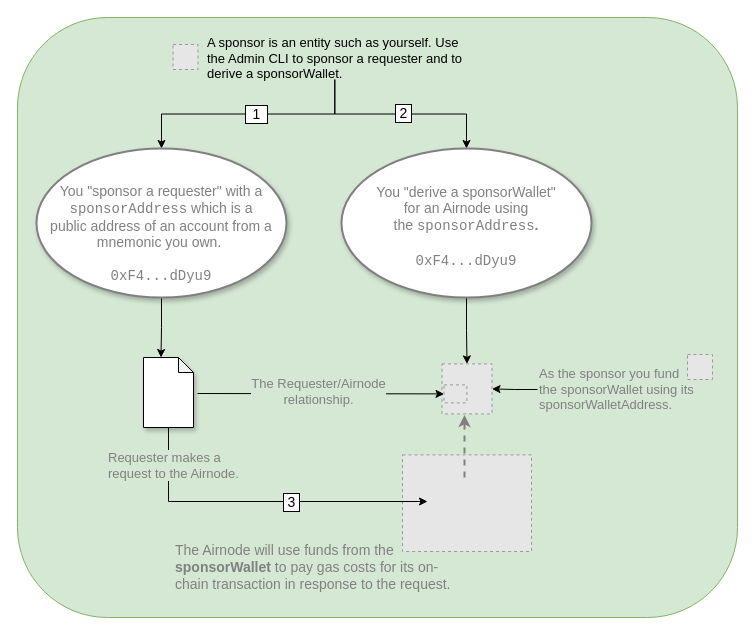
The draw.io diagram docs/reference/airnode/latest/assets/diagrams/sponsor-overview.drawio in api3dao/vitepress-docs, before the edit. Source tidied: cells renumbered, new cells numbered last; positions are measured from the earlier drawing's top-left corner, leaving out a move shared by most shapes. Both pictures are drawn from the tidied source at 100%, with x=0, y=0 at pixel (17, 17). Pictures stored in the file or linked from it are replaced by grey dashed boxes.
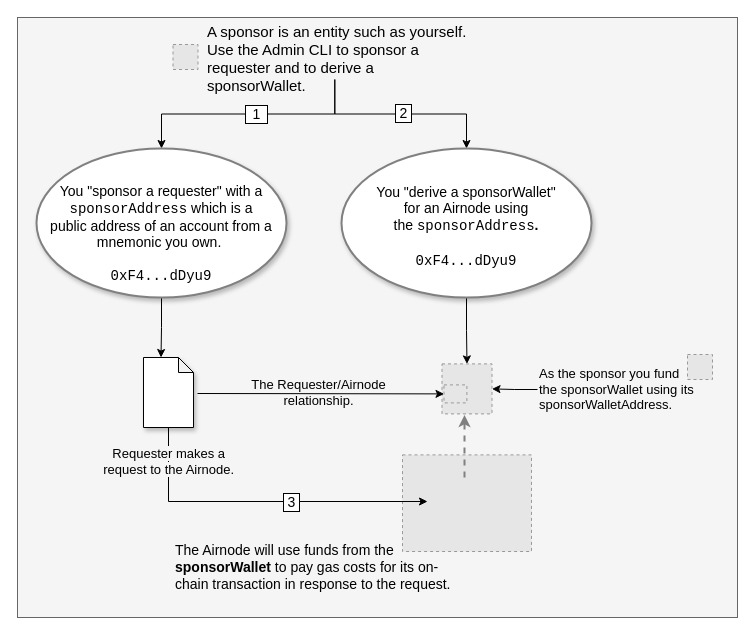
Above is the later version.

The change refers to these unchanged cells:
```xml
<mxCell id="18" style="endArrow=classic;html=1;entryX=0;entryY=0.5;entryDx=0;entryDy=0;" parent="1" edge="1" target="12">
  <mxGeometry relative="1" as="geometry">
    <mxPoint x="180" y="376" as="sourcePoint" />
  </mxGeometry>
</mxCell>
<mxCell id="24" style="edgeStyle=orthogonalEdgeStyle;rounded=0;jettySize=auto;html=1;exitX=0.5;exitY=1;exitDx=0;exitDy=0;exitPerimeter=0;" parent="1" edge="1" source="23">
  <mxGeometry relative="1" as="geometry">
    <mxPoint x="410" y="484" as="targetPoint" />
    <Array as="points">
      <mxPoint x="151" y="484.4" />
    </Array>
  </mxGeometry>
</mxCell>
```

Change to the diagram source:
```diff
@@
-    <mxCell id="2" style="rounded=1;whiteSpace=wrap;html=1;fillColor=#d5e8d4;strokeColor=#82b366;" parent="1" vertex="1">
+    <mxCell id="2" style="rounded=0;whiteSpace=wrap;html=1;fillColor=#f5f5f5;strokeColor=#666666;fontColor=#333333;" parent="1" vertex="1">
       <mxGeometry width="720" height="600" as="geometry" />
     </mxCell>
@@
-    <mxCell id="7" value="&lt;font style=&quot;font-size: 13px;&quot;&gt;A sponsor is an entity such as yourself. Use the Admin CLI to sponsor a requester and to derive a sponsorWallet.&lt;br style=&quot;font-size: 13px;&quot;&gt;&lt;/font&gt;" style="text;html=1;strokeColor=none;fillColor=none;align=left;verticalAlign=middle;whiteSpace=wrap;rounded=0;spacingLeft=7;spacingRight=3;labelBorderColor=none;fontSize=13;" parent="1" vertex="1">
+    <mxCell id="7" value="&lt;font style=&quot;&quot;&gt;&lt;font style=&quot;font-size: 15px;&quot;&gt;A sponsor is an entity such as yourself. Use the Admin CLI to sponsor a requester and to derive a sponsorWallet.&lt;/font&gt;&lt;br style=&quot;font-size: 13px;&quot;&gt;&lt;/font&gt;" style="text;html=1;strokeColor=none;fillColor=none;align=left;verticalAlign=middle;whiteSpace=wrap;rounded=0;spacingLeft=7;spacingRight=3;labelBorderColor=none;fontSize=13;" parent="1" vertex="1">
       <mxGeometry x="180.5" y="19" width="273.5" height="43" as="geometry" />
     </mxCell>
@@
-    <mxCell id="9" value="&lt;font color=&quot;#808080&quot; style=&quot;font-size: 14px&quot;&gt;&lt;br&gt;You &quot;derive a &lt;span style=&quot;font-size: 14px&quot;&gt;sponsorWallet&quot;&lt;br style=&quot;font-size: 14px&quot;&gt;&lt;/span&gt;for an Airnode using the&amp;nbsp;&lt;span style=&quot;font-size: 14px&quot;&gt;&lt;font face=&quot;Courier New&quot;&gt;sponsorAddress&lt;/font&gt;&lt;/span&gt;&lt;b style=&quot;font-size: 14px&quot;&gt;.&lt;br&gt;&lt;/b&gt;&amp;nbsp;&lt;br style=&quot;font-size: 14px&quot;&gt;&lt;font face=&quot;Courier New&quot; style=&quot;font-size: 14px&quot;&gt;0xF4...dDyu9&lt;/font&gt;&lt;br style=&quot;font-size: 14px&quot;&gt;&lt;br style=&quot;font-size: 14px&quot;&gt;&lt;/font&gt;" style="strokeWidth=2;html=1;shape=mxgraph.flowchart.start_1;whiteSpace=wrap;shadow=1;strokeColor=#808080;spacingLeft=10;spacingRight=10;spacingTop=7;fontSize=14;spacing=2;" parent="1" vertex="1">
+    <mxCell id="9" value="&lt;font style=&quot;font-size: 14px&quot;&gt;&lt;br&gt;You &quot;derive a &lt;span style=&quot;font-size: 14px;&quot;&gt;sponsorWallet&quot;&lt;br style=&quot;font-size: 14px&quot;&gt;&lt;/span&gt;for an Airnode using the&amp;nbsp;&lt;span style=&quot;font-size: 14px;&quot;&gt;&lt;font face=&quot;Courier New&quot;&gt;sponsorAddress&lt;/font&gt;&lt;/span&gt;&lt;b style=&quot;font-size: 14px;&quot;&gt;.&lt;br&gt;&lt;/b&gt;&amp;nbsp;&lt;br style=&quot;font-size: 14px&quot;&gt;&lt;font face=&quot;Courier New&quot; style=&quot;font-size: 14px;&quot;&gt;0xF4...dDyu9&lt;/font&gt;&lt;br style=&quot;font-size: 14px&quot;&gt;&lt;br style=&quot;font-size: 14px&quot;&gt;&lt;/font&gt;" style="strokeWidth=2;html=1;shape=mxgraph.flowchart.start_1;whiteSpace=wrap;shadow=1;strokeColor=#808080;spacingLeft=10;spacingRight=10;spacingTop=7;fontSize=14;spacing=2;" parent="1" vertex="1">
       <mxGeometry x="324" y="131" width="250" height="149" as="geometry" />
     </mxCell>
@@
-    <mxCell id="14" value="&lt;div style=&quot;font-size: 14px&quot;&gt;&lt;span style=&quot;color: rgb(128 , 128 , 128)&quot;&gt;&lt;br&gt;&lt;/span&gt;&lt;/div&gt;&lt;div style=&quot;font-size: 14px&quot;&gt;&lt;span style=&quot;color: rgb(128 , 128 , 128)&quot;&gt;You &quot;sponsor a &lt;/span&gt;&lt;span style=&quot;color: rgb(128 , 128 , 128)&quot;&gt;requester&quot;&lt;/span&gt;&lt;span style=&quot;color: rgb(128 , 128 , 128)&quot;&gt; with a &lt;font face=&quot;Courier New&quot;&gt;sponsorAddress&lt;/font&gt; which is a&lt;/span&gt;&lt;br&gt;&lt;/div&gt;&lt;div style=&quot;font-size: 14px&quot;&gt;&lt;span style=&quot;color: rgb(128 , 128 , 128) ; font-size: 14px&quot;&gt;public address of an account from a mnemonic you own.&amp;nbsp;&lt;/span&gt;&lt;/div&gt;&lt;div style=&quot;font-size: 14px&quot;&gt;&lt;span style=&quot;color: rgb(128 , 128 , 128) ; font-size: 14px&quot;&gt;&lt;br&gt;&lt;/span&gt;&lt;/div&gt;&lt;div style=&quot;color: rgb(128 , 128 , 128) ; font-family: &amp;#34;courier new&amp;#34; ; font-size: 14px&quot;&gt;&lt;span style=&quot;font-size: 14px&quot;&gt;0xF4...dDyu9&lt;/span&gt;&lt;/div&gt;" style="strokeWidth=2;html=1;shape=mxgraph.flowchart.start_1;whiteSpace=wrap;shadow=1;strokeColor=#808080;spacingLeft=7;spacingRight=7;spacingTop=4;align=center;fontSize=14;" parent="1" vertex="1">
+    <mxCell id="14" value="&lt;div style=&quot;font-size: 14px&quot;&gt;&lt;br&gt;&lt;/div&gt;&lt;div style=&quot;font-size: 14px&quot;&gt;You &quot;sponsor a requester&quot; with a &lt;font face=&quot;Courier New&quot;&gt;sponsorAddress&lt;/font&gt; which is a&lt;br&gt;&lt;/div&gt;&lt;div style=&quot;font-size: 14px&quot;&gt;&lt;span style=&quot;font-size: 14px;&quot;&gt;public address of an account from a mnemonic you own.&amp;nbsp;&lt;/span&gt;&lt;/div&gt;&lt;div style=&quot;font-size: 14px&quot;&gt;&lt;span style=&quot;font-size: 14px;&quot;&gt;&lt;br&gt;&lt;/span&gt;&lt;/div&gt;&lt;div style=&quot;font-family: &amp;quot;courier new&amp;quot;; font-size: 14px;&quot;&gt;&lt;span style=&quot;font-size: 14px;&quot;&gt;0xF4...dDyu9&lt;/span&gt;&lt;/div&gt;" style="strokeWidth=2;html=1;shape=mxgraph.flowchart.start_1;whiteSpace=wrap;shadow=1;strokeColor=#808080;spacingLeft=7;spacingRight=7;spacingTop=4;align=center;fontSize=14;" parent="1" vertex="1">
       <mxGeometry x="19" y="131" width="250" height="149" as="geometry" />
     </mxCell>
@@
-    <mxCell id="17" value="The Airnode will use funds from the &lt;b&gt;sponsorWallet&lt;/b&gt; to pay gas costs for its on-chain transaction in response to the request." style="text;html=1;strokeColor=none;fillColor=none;align=left;verticalAlign=middle;whiteSpace=wrap;rounded=0;shadow=1;fontSize=14;fontColor=#808080;" parent="1" vertex="1">
+    <mxCell id="17" value="&lt;font color=&quot;#000000&quot;&gt;The Airnode will use funds from the &lt;b&gt;sponsorWallet&lt;/b&gt; to pay gas costs for its on-chain transaction in response to the request.&lt;/font&gt;" style="text;html=1;strokeColor=none;fillColor=none;align=left;verticalAlign=middle;whiteSpace=wrap;rounded=0;shadow=1;fontSize=14;fontColor=#808080;" parent="1" vertex="1">
       <mxGeometry x="155.5" y="540" width="290" height="20" as="geometry" />
     </mxCell>
@@
-    <mxCell id="19" value="&lt;span style=&quot;color: rgb(128, 128, 128); font-size: 13px; text-align: left;&quot;&gt;The Requester/Airnode&lt;br style=&quot;font-size: 13px;&quot;&gt;relationship.&lt;/span&gt;" style="edgeLabel;html=1;align=center;verticalAlign=middle;fontSize=13;labelBorderColor=none;labelBackgroundColor=#D5E8D4;" parent="18" vertex="1">
+    <mxCell id="19" value="&lt;span style=&quot;font-size: 13px; text-align: left;&quot;&gt;The Requester/Airnode&lt;br style=&quot;font-size: 13px;&quot;&gt;relationship.&lt;/span&gt;" style="edgeLabel;html=1;align=center;verticalAlign=middle;fontSize=13;labelBorderColor=none;labelBackgroundColor=none;spacingBottom=-3;" parent="18" vertex="1">
       <mxGeometry x="0.03" relative="1" as="geometry">
         <mxPoint x="-6" y="-3" as="offset" />
       </mxGeometry>
     </mxCell>
@@
-    <mxCell id="21" value="&lt;font color=&quot;#808080&quot; style=&quot;font-size: 13px&quot;&gt;As the sponsor you fund the &lt;span style=&quot;font-size: 13px&quot;&gt;sponsorWallet using its sponsorWalletAddress&lt;/span&gt;.&lt;/font&gt;" style="text;html=1;strokeColor=none;fillColor=none;align=left;verticalAlign=middle;whiteSpace=wrap;rounded=0;fontSize=13;" parent="1" vertex="1">
+    <mxCell id="21" value="&lt;font style=&quot;font-size: 13px&quot;&gt;As the sponsor you fund the &lt;span style=&quot;font-size: 13px;&quot;&gt;sponsorWallet using its sponsorWalletAddress&lt;/span&gt;.&lt;/font&gt;" style="text;html=1;strokeColor=none;fillColor=none;align=left;verticalAlign=middle;whiteSpace=wrap;rounded=0;fontSize=13;" parent="1" vertex="1">
       <mxGeometry x="520" y="362" width="160" height="20" as="geometry" />
     </mxCell>
@@
+    <mxCell id="26" value="&amp;nbsp;3&amp;nbsp;" style="edgeLabel;html=1;align=center;verticalAlign=middle;fontSize=14;fontFamily=Helvetica;labelBorderColor=default;" parent="24" vertex="1">
+      <mxGeometry x="0.18" relative="1" as="geometry" />
+    </mxCell>
-    <mxCell id="25" value="&lt;font style=&quot;font-size: 13px;&quot; color=&quot;#808080&quot;&gt;Requester makes a&amp;nbsp;&lt;br style=&quot;font-size: 13px;&quot;&gt;request to the Airnode.&amp;nbsp;&lt;/font&gt;" style="edgeLabel;html=1;align=left;verticalAlign=middle;spacingLeft=10;fontSize=13;labelBackgroundColor=#D5E8D4;" parent="24" vertex="1">
-      <mxGeometry x="0.05" relative="1" as="geometry">
-        <mxPoint x="-173" y="-37" as="offset" />
+    <mxCell id="25" value="&lt;font style=&quot;font-size: 13px; background-color: rgb(245, 245, 245);&quot;&gt;Requester makes a&amp;nbsp;&lt;br style=&quot;border-color: var(--border-color); text-align: left;&quot;&gt;&lt;span style=&quot;text-align: left;&quot;&gt;request to the Airnode.&amp;nbsp;&lt;/span&gt;&lt;/font&gt;" style="edgeLabel;html=1;align=center;verticalAlign=middle;fontColor=#000000;labelBackgroundColor=none;" parent="24" vertex="1">
+      <mxGeometry x="-0.81" y="1" relative="1" as="geometry">
+        <mxPoint y="1" as="offset" />
       </mxGeometry>
     </mxCell>
-    <mxCell id="26" value="&amp;nbsp;3&amp;nbsp;" style="edgeLabel;html=1;align=center;verticalAlign=middle;fontSize=14;fontFamily=Helvetica;labelBorderColor=default;" parent="24" vertex="1">
-      <mxGeometry x="0.18" relative="1" as="geometry" />
-    </mxCell>
```
